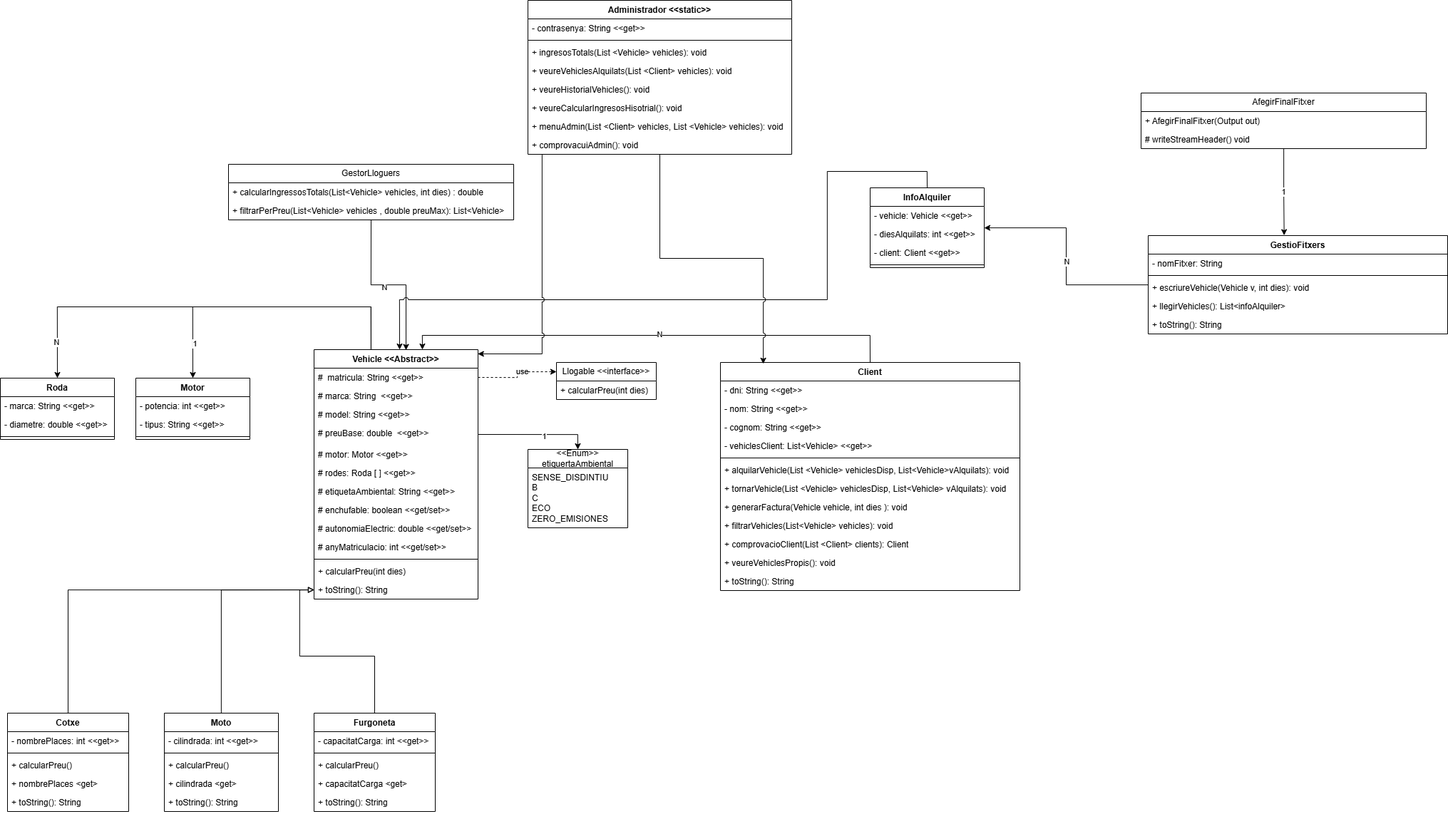
LaSalleGracia-Programacio/24-25-pr-ctica-ii-javacar-paumarcelr keeps this draw.io diagram as documents/Diagrama de clases JavaCar.png. Above is the earlier version. Source tidied: cells renumbered, new cells last; positions are measured from the earlier drawing's top-left corner, leaving out a move shared by most shapes.
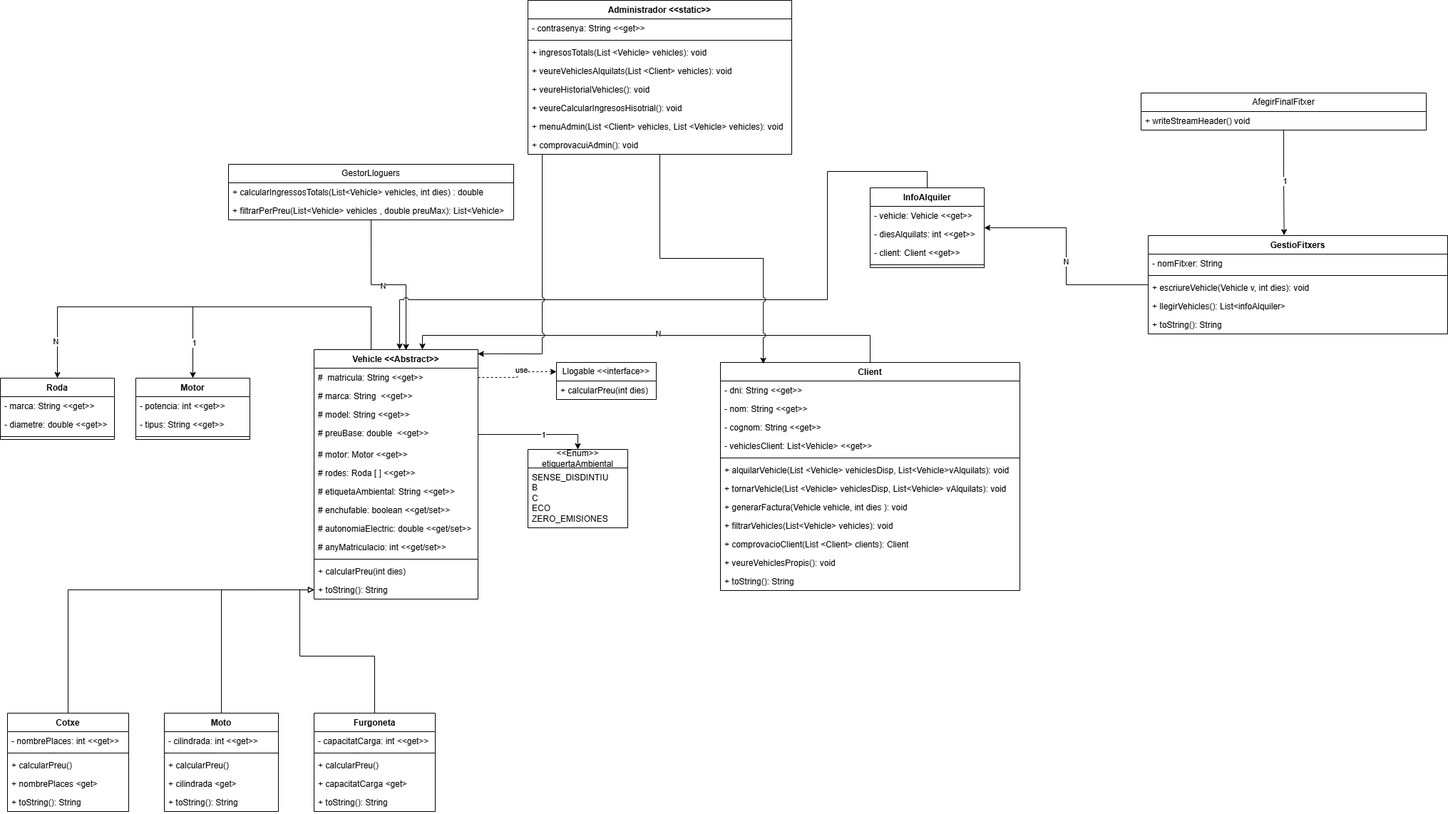
Above is the later version.

Diff of the diagram source:
```diff
@@ -240,13 +240,10 @@
       <mxGeometry y="294" width="420" height="26" as="geometry" />
     </mxCell>
     <mxCell id="77" value="AfegirFinalFitxer" style="swimlane;fontStyle=0;horizontal=1;startSize=26;fillColor=none;whiteSpace=wrap;html=1;" parent="1" vertex="1">
-      <mxGeometry x="1600" y="130" width="400" height="78" as="geometry" />
+      <mxGeometry x="1600" y="130" width="400" height="52" as="geometry" />
     </mxCell>
-    <mxCell id="78" value="+ AfegirFinalFitxer(Output out)" style="text;strokeColor=none;fillColor=none;align=left;verticalAlign=top;spacingLeft=4;spacingRight=4;overflow=hidden;whiteSpace=wrap;html=1;" parent="77" vertex="1">
-      <mxGeometry y="26" width="400" height="26" as="geometry" />
-    </mxCell>
-    <mxCell id="79" value="# writeStreamHeader() void" style="text;strokeColor=none;fillColor=none;align=left;verticalAlign=top;spacingLeft=4;spacingRight=4;overflow=hidden;whiteSpace=wrap;html=1;" parent="77" vertex="1">
-      <mxGeometry y="52" width="400" height="26" as="geometry" />
+    <mxCell id="79" value="+ writeStreamHeader() void" style="text;strokeColor=none;fillColor=none;align=left;verticalAlign=top;spacingLeft=4;spacingRight=4;overflow=hidden;whiteSpace=wrap;html=1;" parent="77" vertex="1">
+      <mxGeometry y="26" width="400" height="26" as="geometry" />
     </mxCell>
     <mxCell id="80" style="edgeStyle=orthogonalEdgeStyle;rounded=0;jettySize=auto;html=1;" parent="1" edge="1" source="82" target="91">
       <mxGeometry relative="1" as="geometry" />
```
